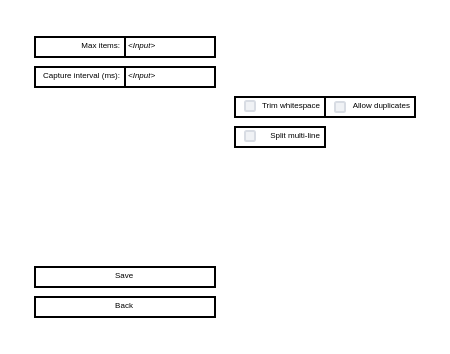
The draw.io diagram page "Portrait Settings" (2 of 4) of ui.drawio in charles-m-knox/go-fltk-clipboard, before the edit. Source tidied: cells renumbered, new cells numbered last; positions are measured from the earlier drawing's top-left corner, leaving out a move shared by most shapes. Both pictures are drawn from the tidied source at 200%, with x=0, y=0 at pixel (34, 36).
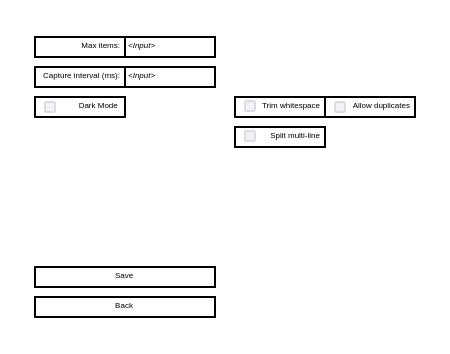
The same page after the edit.

Commit message (it also covers changes not shown here):
dark mode implementation

What changed in the source:
```diff
@@
 <mxGraphModel>
   <root>
     <mxCell id="0" />
     <mxCell id="1" parent="0" />
     <mxCell id="2" value="&lt;p style=&quot;line-height: 120%; font-size: 4px;&quot;&gt;Back&lt;/p&gt;" style="rounded=0;whiteSpace=wrap;html=1;" parent="1" vertex="1">
       <mxGeometry y="130" width="90" height="10" as="geometry" />
     </mxCell>
     <mxCell id="3" value="&lt;p style=&quot;line-height: 120%; font-size: 4px;&quot;&gt;Save&lt;/p&gt;" style="rounded=0;whiteSpace=wrap;html=1;" parent="1" vertex="1">
       <mxGeometry y="115" width="90" height="10" as="geometry" />
     </mxCell>
     <mxCell id="4" value="&lt;p style=&quot;line-height: 120%; font-size: 4px;&quot;&gt;Trim whitespace&lt;/p&gt;" style="rounded=0;whiteSpace=wrap;html=1;align=right;" parent="1" vertex="1">
       <mxGeometry x="100" y="30" width="45" height="10" as="geometry" />
     </mxCell>
     <mxCell id="5" style="rounded=1;fillColor=#F0F2F5;strokeColor=#D8DCE3;align=left;verticalAlign=middle;fontStyle=0;fontSize=12;labelPosition=right;verticalLabelPosition=middle;spacingLeft=10;html=1;shadow=0;dashed=0;" parent="1" vertex="1">
       <mxGeometry x="105" y="32" width="5" height="5" as="geometry" />
     </mxCell>
     <mxCell id="6" value="&lt;p style=&quot;line-height: 120%; font-size: 4px;&quot;&gt;Allow duplicates&lt;/p&gt;" style="rounded=0;whiteSpace=wrap;html=1;align=right;" parent="1" vertex="1">
       <mxGeometry x="145" y="30" width="45" height="10" as="geometry" />
     </mxCell>
     <mxCell id="7" style="rounded=1;fillColor=#F0F2F5;strokeColor=#D8DCE3;align=left;verticalAlign=middle;fontStyle=0;fontSize=12;labelPosition=right;verticalLabelPosition=middle;spacingLeft=10;html=1;shadow=0;dashed=0;" parent="1" vertex="1">
       <mxGeometry x="150" y="32.5" width="5" height="5" as="geometry" />
     </mxCell>
     <mxCell id="8" value="&lt;p style=&quot;line-height: 120%; font-size: 4px;&quot;&gt;Split multi-line&lt;/p&gt;" style="rounded=0;whiteSpace=wrap;html=1;align=right;" parent="1" vertex="1">
       <mxGeometry x="100" y="45" width="45" height="10" as="geometry" />
     </mxCell>
     <mxCell id="9" style="rounded=1;fillColor=#F0F2F5;strokeColor=#D8DCE3;align=left;verticalAlign=middle;fontStyle=0;fontSize=12;labelPosition=right;verticalLabelPosition=middle;spacingLeft=10;html=1;shadow=0;dashed=0;" parent="1" vertex="1">
       <mxGeometry x="105" y="47" width="5" height="5" as="geometry" />
     </mxCell>
     <mxCell id="10" value="&lt;p style=&quot;line-height: 120%; font-size: 4px;&quot;&gt;&lt;i&gt;&amp;lt;Input&amp;gt;&lt;/i&gt;&lt;/p&gt;" style="rounded=0;whiteSpace=wrap;html=1;align=left;" parent="1" vertex="1">
       <mxGeometry x="45" width="45" height="10" as="geometry" />
     </mxCell>
     <mxCell id="11" value="&lt;p style=&quot;line-height: 120%; font-size: 4px;&quot;&gt;&lt;span style=&quot;font-style: normal;&quot;&gt;Max items:&lt;/span&gt;&lt;/p&gt;" style="rounded=0;whiteSpace=wrap;html=1;fontStyle=2;align=right;" parent="1" vertex="1">
       <mxGeometry width="45" height="10" as="geometry" />
     </mxCell>
     <mxCell id="12" value="&lt;p style=&quot;line-height: 120%; font-size: 4px;&quot;&gt;&lt;i&gt;&amp;lt;Input&amp;gt;&lt;/i&gt;&lt;/p&gt;" style="rounded=0;whiteSpace=wrap;html=1;align=left;" parent="1" vertex="1">
       <mxGeometry x="45" y="15" width="45" height="10" as="geometry" />
     </mxCell>
     <mxCell id="13" value="&lt;p style=&quot;line-height: 120%; font-size: 4px;&quot;&gt;&lt;span style=&quot;font-style: normal;&quot;&gt;Capture interval (ms):&lt;/span&gt;&lt;/p&gt;" style="rounded=0;whiteSpace=wrap;html=1;fontStyle=2;align=right;" parent="1" vertex="1">
       <mxGeometry y="15" width="45" height="10" as="geometry" />
     </mxCell>
+    <mxCell id="14" value="&lt;p style=&quot;line-height: 120%; font-size: 4px;&quot;&gt;Dark Mode&amp;nbsp;&lt;/p&gt;" style="rounded=0;whiteSpace=wrap;html=1;align=right;" parent="1" vertex="1">
+      <mxGeometry y="30" width="45" height="10" as="geometry" />
+    </mxCell>
+    <mxCell id="15" style="rounded=1;fillColor=#F0F2F5;strokeColor=#D8DCE3;align=left;verticalAlign=middle;fontStyle=0;fontSize=12;labelPosition=right;verticalLabelPosition=middle;spacingLeft=10;html=1;shadow=0;dashed=0;" parent="1" vertex="1">
+      <mxGeometry x="5" y="32.5" width="5" height="5" as="geometry" />
+    </mxCell>
   </root>
 </mxGraphModel>
```
